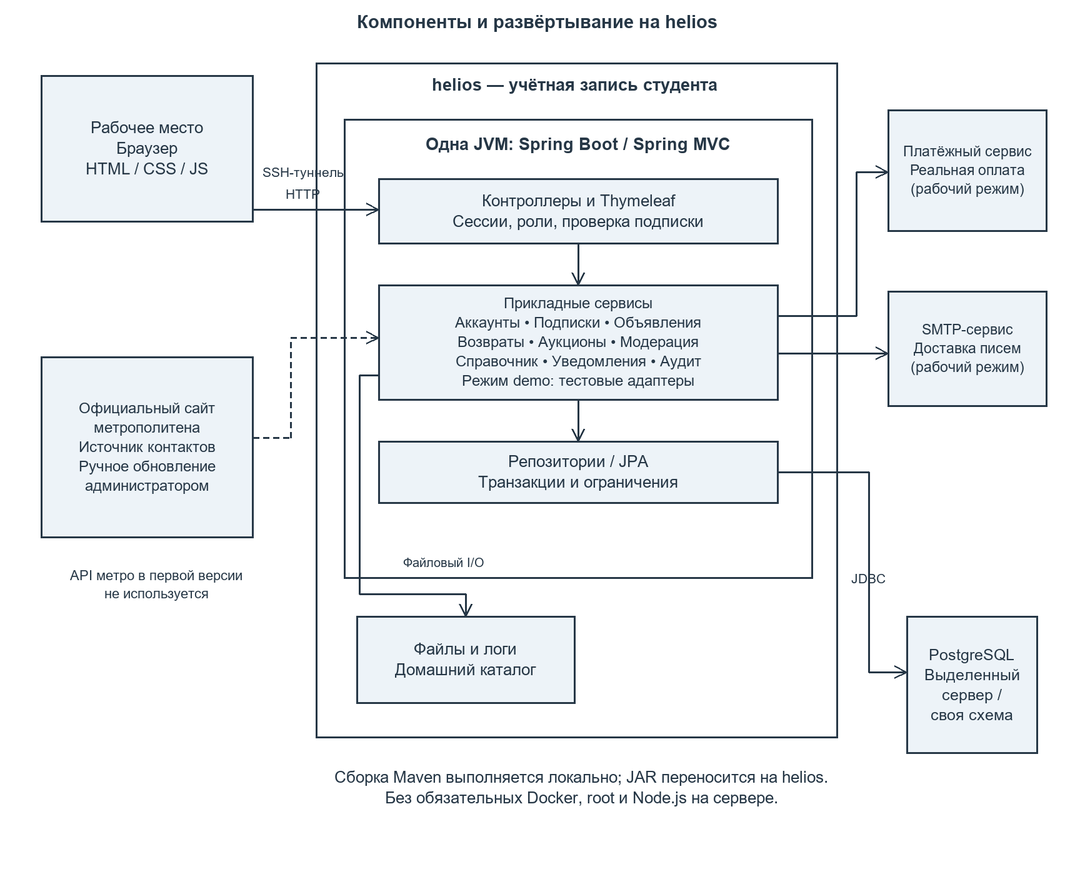
The PlantUML diagram docs/part1/uml/04_architecture.png in evgrart/Information-system-course-work, before a commit. Its source is kept beside it as docs/part1/uml/04_architecture.puml. The source it was exported from:
```plantuml
@startuml
left to right direction
skinparam shadowing false
skinparam defaultFontName Arial
node "Рабочее место" { component "Браузер" as Browser }
node "helios: учётная запись студента" {
node "Одна JVM Spring Boot" {
component "MVC-контроллеры / Thymeleaf / Security" as Web
component "Прикладные сервисы
Режим demo: тестовые адаптеры" as Services
component "Репозитории / JPA" as Repo
}
folder "Файлы и логи" as Files
}
database "PostgreSQL
выделенный сервер / своя схема" as DB
component "Платёжный сервис
рабочий режим" as Pay
component "SMTP-сервис
рабочий режим" as Mail
component "Официальный сайт метро
источник справочника" as Metro
Browser --> Web : HTTP через SSH-туннель
Web --> Services
Services --> Repo
Repo --> DB : JDBC
Services --> Files : файловый I/O
Services --> Pay
Services --> Mail
Metro ..> Services : ручное обновление администратором
@enduml
```
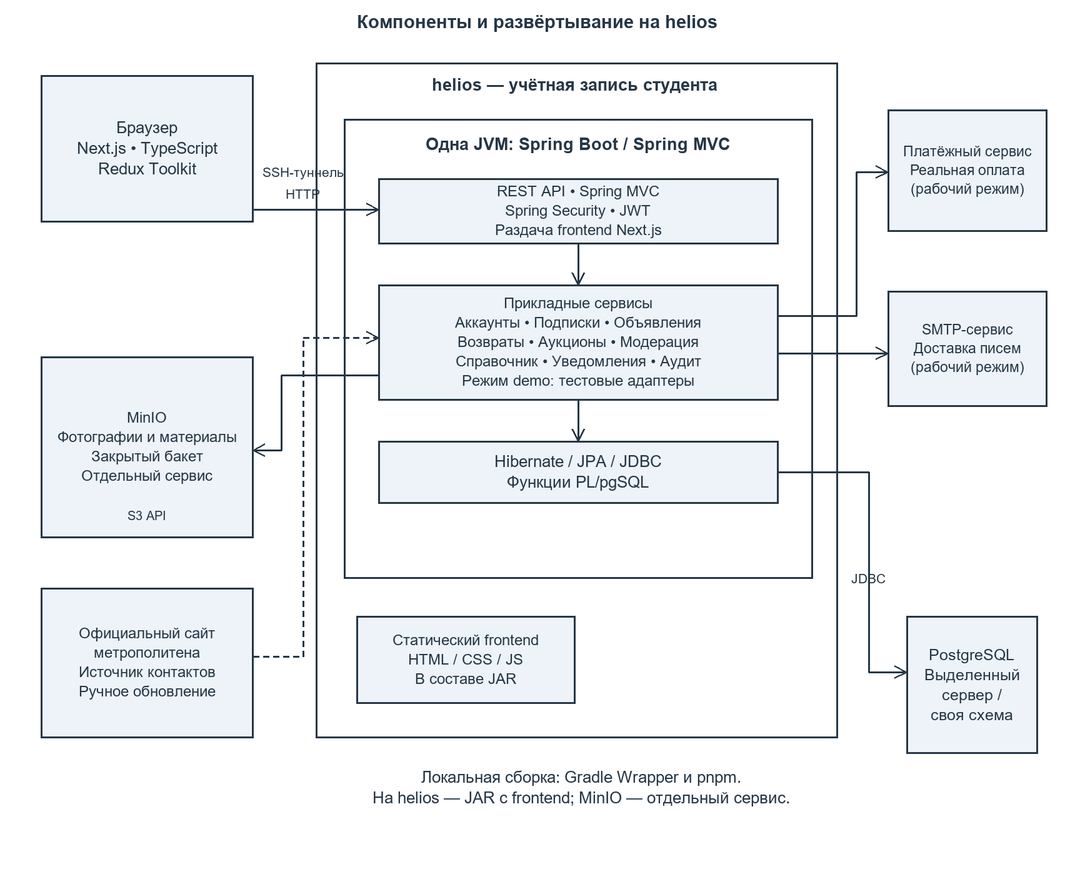
Later version of the same file.

What changed in the source:
```diff
@@ -2,18 +2,22 @@
 left to right direction
 skinparam shadowing false
 skinparam defaultFontName Arial
-node "Рабочее место" { component "Браузер" as Browser }
+node "Рабочее место" { component "Браузер
+Next.js / TypeScript / Redux" as Browser }
 node "helios: учётная запись студента" {
 node "Одна JVM Spring Boot" {
-component "MVC-контроллеры / Thymeleaf / Security" as Web
+component "REST API / Spring MVC / Spring Security / JWT" as Web
 component "Прикладные сервисы
 Режим demo: тестовые адаптеры" as Services
-component "Репозитории / JPA" as Repo
+component "Hibernate / JPA / JDBC / функции PL/pgSQL" as Repo
 }
-folder "Файлы и логи" as Files
+artifact "Статический frontend
+HTML / CSS / JS в JAR" as Frontend
 }
 database "PostgreSQL
 выделенный сервер / своя схема" as DB
+node "Отдельный сервис" { database "MinIO
+закрытый бакет" as Files }
 component "Платёжный сервис
 рабочий режим" as Pay
 component "SMTP-сервис
@@ -24,7 +28,7 @@
 Web --> Services
 Services --> Repo
 Repo --> DB : JDBC
-Services --> Files : файловый I/O
+Services --> Files : S3 API
 Services --> Pay
 Services --> Mail
 Metro ..> Services : ручное обновление администратором
```
